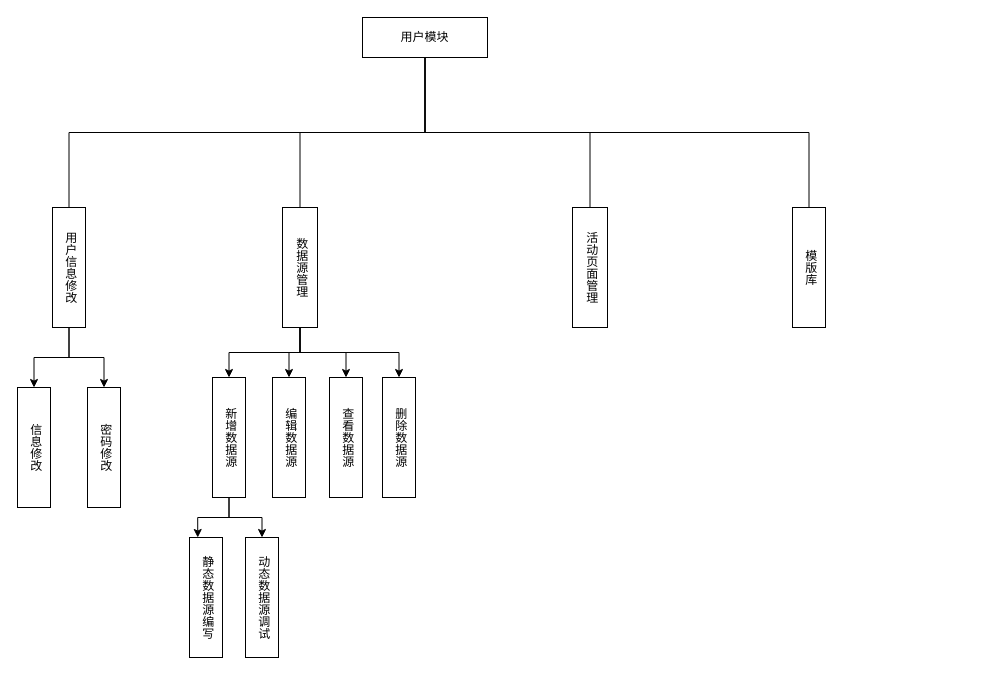
Before: 用户模块结构图.drawio in yuxinyu12345/diagrams, a draw.io diagram. Source tidied: cells renumbered, new cells numbered last; positions are measured from the earlier drawing's top-left corner, leaving out a move shared by most shapes. Both pictures are drawn from the tidied source at 100%, with x=0, y=0 at pixel (17, 17).
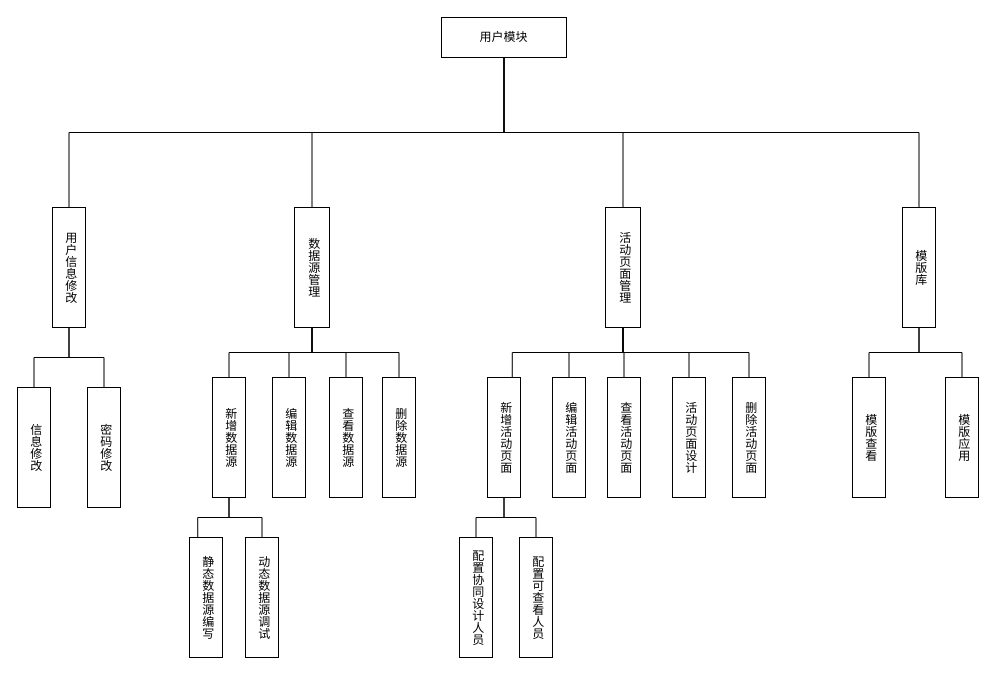
Above is the later version.

Commit message (it also covers changes not shown here):
更新用户模块结构图.drawio

Unchanged cells that the change refers to:
```xml
<mxCell id="16" value="用户信息修改" style="rounded=0;whiteSpace=wrap;html=1;verticalAlign=middle;align=center;labelPosition=center;verticalLabelPosition=middle;textDirection=vertical-rl;spacing=0;" parent="1" vertex="1">
  <mxGeometry x="35" y="190" width="33" height="120" as="geometry" />
</mxCell>
<mxCell id="17" value="信息修改" style="rounded=0;whiteSpace=wrap;html=1;verticalAlign=middle;align=center;labelPosition=center;verticalLabelPosition=middle;textDirection=vertical-rl;spacing=0;" parent="1" vertex="1">
  <mxGeometry y="370" width="33" height="120" as="geometry" />
</mxCell>
<mxCell id="18" value="密码修改" style="rounded=0;whiteSpace=wrap;html=1;verticalAlign=middle;align=center;labelPosition=center;verticalLabelPosition=middle;textDirection=vertical-rl;spacing=0;" parent="1" vertex="1">
  <mxGeometry x="70" y="370" width="33" height="120" as="geometry" />
</mxCell>
<mxCell id="21" value="新增数据源" style="rounded=0;whiteSpace=wrap;html=1;verticalAlign=middle;align=center;labelPosition=center;verticalLabelPosition=middle;textDirection=vertical-rl;spacing=0;" parent="1" vertex="1">
  <mxGeometry x="195" y="360" width="33" height="120" as="geometry" />
</mxCell>
<mxCell id="22" value="编辑数据源" style="rounded=0;whiteSpace=wrap;html=1;verticalAlign=middle;align=center;labelPosition=center;verticalLabelPosition=middle;textDirection=vertical-rl;spacing=0;" parent="1" vertex="1">
  <mxGeometry x="255" y="360" width="33" height="120" as="geometry" />
</mxCell>
<mxCell id="23" value="查看数据源" style="rounded=0;whiteSpace=wrap;html=1;verticalAlign=middle;align=center;labelPosition=center;verticalLabelPosition=middle;textDirection=vertical-rl;spacing=0;" parent="1" vertex="1">
  <mxGeometry x="312" y="360" width="33" height="120" as="geometry" />
</mxCell>
<mxCell id="24" value="删除数据源" style="rounded=0;whiteSpace=wrap;html=1;verticalAlign=middle;align=center;labelPosition=center;verticalLabelPosition=middle;textDirection=vertical-rl;spacing=0;" parent="1" vertex="1">
  <mxGeometry x="365" y="360" width="33" height="120" as="geometry" />
</mxCell>
<mxCell id="25" value="静态数据源编写" style="rounded=0;whiteSpace=wrap;html=1;verticalAlign=middle;align=center;labelPosition=center;verticalLabelPosition=middle;textDirection=vertical-rl;spacing=0;" parent="1" vertex="1">
  <mxGeometry x="172" y="520" width="33" height="120" as="geometry" />
</mxCell>
<mxCell id="26" value="动态数据源调试" style="rounded=0;whiteSpace=wrap;html=1;verticalAlign=middle;align=center;labelPosition=center;verticalLabelPosition=middle;textDirection=vertical-rl;spacing=0;" parent="1" vertex="1">
  <mxGeometry x="228" y="520" width="33" height="120" as="geometry" />
</mxCell>
```

What changed in the source:
```diff
@@
     <mxCell id="6" value="用户模块" style="rounded=0;whiteSpace=wrap;html=1;" parent="1" vertex="1">
-      <mxGeometry x="345" width="125" height="40" as="geometry" />
+      <mxGeometry x="424" width="125" height="40" as="geometry" />
     </mxCell>
-    <mxCell id="7" style="edgeStyle=orthogonalEdgeStyle;rounded=0;jettySize=auto;html=1;exitX=0.5;exitY=1;exitDx=0;exitDy=0;entryX=0.5;entryY=0;entryDx=0;entryDy=0;" parent="1" edge="1" source="11" target="21">
+    <mxCell id="7" style="edgeStyle=orthogonalEdgeStyle;rounded=0;jettySize=auto;html=1;exitX=0.5;exitY=1;exitDx=0;exitDy=0;entryX=0.5;entryY=0;entryDx=0;entryDy=0;endArrow=none;endFill=0;" parent="1" edge="1" source="11" target="21">
       <mxGeometry relative="1" as="geometry" />
     </mxCell>
-    <mxCell id="8" style="edgeStyle=orthogonalEdgeStyle;rounded=0;jettySize=auto;html=1;exitX=0.5;exitY=1;exitDx=0;exitDy=0;entryX=0.5;entryY=0;entryDx=0;entryDy=0;" parent="1" edge="1" source="11" target="22">
+    <mxCell id="8" style="edgeStyle=orthogonalEdgeStyle;rounded=0;jettySize=auto;html=1;exitX=0.5;exitY=1;exitDx=0;exitDy=0;entryX=0.5;entryY=0;entryDx=0;entryDy=0;endArrow=none;endFill=0;" parent="1" edge="1" source="11" target="22">
       <mxGeometry relative="1" as="geometry" />
     </mxCell>
-    <mxCell id="9" style="edgeStyle=orthogonalEdgeStyle;rounded=0;jettySize=auto;html=1;exitX=0.5;exitY=1;exitDx=0;exitDy=0;entryX=0.5;entryY=0;entryDx=0;entryDy=0;" parent="1" edge="1" source="11" target="23">
-      <mxGeometry relative="1" as="geometry" />
+    <mxCell id="9" style="edgeStyle=orthogonalEdgeStyle;rounded=0;jettySize=auto;html=1;exitX=0.5;exitY=1;exitDx=0;exitDy=0;entryX=0.5;entryY=0;entryDx=0;entryDy=0;endArrow=none;endFill=0;" parent="1" edge="1" source="11" target="23">
+      <mxGeometry relative="1" as="geometry">
+        <Array as="points">
+          <mxPoint x="295" y="335" />
+          <mxPoint x="329" y="335" />
+        </Array>
+      </mxGeometry>
     </mxCell>
-    <mxCell id="10" style="edgeStyle=orthogonalEdgeStyle;rounded=0;jettySize=auto;html=1;exitX=0.5;exitY=1;exitDx=0;exitDy=0;entryX=0.5;entryY=0;entryDx=0;entryDy=0;" parent="1" edge="1" source="11" target="24">
+    <mxCell id="10" style="edgeStyle=orthogonalEdgeStyle;rounded=0;jettySize=auto;html=1;exitX=0.5;exitY=1;exitDx=0;exitDy=0;entryX=0.5;entryY=0;entryDx=0;entryDy=0;endArrow=none;endFill=0;" parent="1" edge="1" source="11" target="24">
       <mxGeometry relative="1" as="geometry" />
     </mxCell>
     <mxCell id="11" value="数据源管理" style="rounded=0;whiteSpace=wrap;html=1;verticalAlign=middle;align=center;labelPosition=center;verticalLabelPosition=middle;textDirection=vertical-rl;" parent="1" vertex="1">
-      <mxGeometry x="265" y="190" width="35" height="120" as="geometry" />
+      <mxGeometry x="277" y="190" width="35" height="120" as="geometry" />
     </mxCell>
+    <mxCell id="27" style="edgeStyle=orthogonalEdgeStyle;rounded=0;jettySize=auto;html=1;exitX=0.5;exitY=1;exitDx=0;exitDy=0;entryX=0.75;entryY=0;entryDx=0;entryDy=0;endArrow=none;endFill=0;" parent="1" edge="1" source="12" target="36">
+      <mxGeometry relative="1" as="geometry" />
+    </mxCell>
+    <mxCell id="28" style="edgeStyle=orthogonalEdgeStyle;rounded=0;jettySize=auto;html=1;exitX=0.5;exitY=1;exitDx=0;exitDy=0;entryX=0.5;entryY=0;entryDx=0;entryDy=0;endArrow=none;endFill=0;" parent="1" edge="1" source="12" target="37">
+      <mxGeometry relative="1" as="geometry" />
+    </mxCell>
+    <mxCell id="29" style="edgeStyle=orthogonalEdgeStyle;rounded=0;jettySize=auto;html=1;exitX=0.5;exitY=1;exitDx=0;exitDy=0;entryX=0.5;entryY=0;entryDx=0;entryDy=0;endArrow=none;endFill=0;" parent="1" edge="1" source="12" target="38">
+      <mxGeometry relative="1" as="geometry" />
+    </mxCell>
+    <mxCell id="30" style="edgeStyle=orthogonalEdgeStyle;rounded=0;jettySize=auto;html=1;exitX=0.5;exitY=1;exitDx=0;exitDy=0;entryX=0.5;entryY=0;entryDx=0;entryDy=0;endArrow=none;endFill=0;" parent="1" edge="1" source="12" target="39">
+      <mxGeometry relative="1" as="geometry" />
+    </mxCell>
+    <mxCell id="31" style="edgeStyle=orthogonalEdgeStyle;rounded=0;jettySize=auto;html=1;exitX=0.5;exitY=1;exitDx=0;exitDy=0;entryX=0.5;entryY=0;entryDx=0;entryDy=0;endArrow=none;endFill=0;" parent="1" edge="1" source="12" target="40">
+      <mxGeometry relative="1" as="geometry" />
+    </mxCell>
     <mxCell id="12" value="活动页面管理" style="rounded=0;whiteSpace=wrap;html=1;verticalAlign=middle;align=center;labelPosition=center;verticalLabelPosition=middle;textDirection=vertical-rl;strokeWidth=1;" parent="1" vertex="1">
-      <mxGeometry x="555" y="190" width="35" height="120" as="geometry" />
+      <mxGeometry x="588" y="190" width="35" height="120" as="geometry" />
     </mxCell>
+    <mxCell id="32" style="edgeStyle=orthogonalEdgeStyle;rounded=0;jettySize=auto;html=1;exitX=0.5;exitY=1;exitDx=0;exitDy=0;endArrow=none;endFill=0;" parent="1" edge="1" source="13" target="43">
+      <mxGeometry relative="1" as="geometry" />
+    </mxCell>
+    <mxCell id="33" style="edgeStyle=orthogonalEdgeStyle;rounded=0;jettySize=auto;html=1;exitX=0.5;exitY=1;exitDx=0;exitDy=0;entryX=0.5;entryY=0;entryDx=0;entryDy=0;endArrow=none;endFill=0;" parent="1" edge="1" source="13" target="44">
+      <mxGeometry relative="1" as="geometry" />
+    </mxCell>
     <mxCell id="13" value="模版库" style="rounded=0;whiteSpace=wrap;html=1;verticalAlign=middle;align=center;labelPosition=center;verticalLabelPosition=middle;textDirection=vertical-rl;spacing=0;" parent="1" vertex="1">
-      <mxGeometry x="775" y="190" width="33" height="120" as="geometry" />
+      <mxGeometry x="885" y="190" width="33" height="120" as="geometry" />
     </mxCell>
-    <mxCell id="14" style="edgeStyle=orthogonalEdgeStyle;rounded=0;jettySize=auto;html=1;exitX=0.5;exitY=1;exitDx=0;exitDy=0;entryX=0.5;entryY=0;entryDx=0;entryDy=0;" parent="1" edge="1" source="16" target="17">
+    <mxCell id="14" style="edgeStyle=orthogonalEdgeStyle;rounded=0;jettySize=auto;html=1;exitX=0.5;exitY=1;exitDx=0;exitDy=0;entryX=0.5;entryY=0;entryDx=0;entryDy=0;endArrow=none;endFill=0;" parent="1" edge="1" source="16" target="17">
       <mxGeometry relative="1" as="geometry" />
     </mxCell>
-    <mxCell id="15" style="edgeStyle=orthogonalEdgeStyle;rounded=0;jettySize=auto;html=1;exitX=0.5;exitY=1;exitDx=0;exitDy=0;entryX=0.5;entryY=0;entryDx=0;entryDy=0;" parent="1" edge="1" source="16" target="18">
+    <mxCell id="15" style="edgeStyle=orthogonalEdgeStyle;rounded=0;jettySize=auto;html=1;exitX=0.5;exitY=1;exitDx=0;exitDy=0;entryX=0.5;entryY=0;entryDx=0;entryDy=0;endArrow=none;endFill=0;" parent="1" edge="1" source="16" target="18">
       <mxGeometry relative="1" as="geometry" />
     </mxCell>
@@
-    <mxCell id="19" style="edgeStyle=orthogonalEdgeStyle;rounded=0;jettySize=auto;html=1;exitX=0.5;exitY=1;exitDx=0;exitDy=0;entryX=0.25;entryY=0;entryDx=0;entryDy=0;" parent="1" edge="1" source="21" target="25">
-      <mxGeometry relative="1" as="geometry" />
+    <mxCell id="19" style="edgeStyle=orthogonalEdgeStyle;rounded=0;jettySize=auto;html=1;exitX=0.5;exitY=1;exitDx=0;exitDy=0;entryX=0.25;entryY=0;entryDx=0;entryDy=0;endArrow=none;endFill=0;" parent="1" edge="1" source="21" target="25">
+      <mxGeometry relative="1" as="geometry">
+        <Array as="points">
+          <mxPoint x="212" y="500" />
+          <mxPoint x="180" y="500" />
+        </Array>
+      </mxGeometry>
     </mxCell>
-    <mxCell id="20" style="edgeStyle=orthogonalEdgeStyle;rounded=0;jettySize=auto;html=1;exitX=0.5;exitY=1;exitDx=0;exitDy=0;" parent="1" edge="1" source="21" target="26">
+    <mxCell id="20" style="edgeStyle=orthogonalEdgeStyle;rounded=0;jettySize=auto;html=1;exitX=0.5;exitY=1;exitDx=0;exitDy=0;endArrow=none;endFill=0;" parent="1" edge="1" source="21" target="26">
       <mxGeometry relative="1" as="geometry" />
     </mxCell>
@@
+    <mxCell id="34" style="edgeStyle=orthogonalEdgeStyle;rounded=0;jettySize=auto;html=1;exitX=0.5;exitY=1;exitDx=0;exitDy=0;entryX=0.5;entryY=0;entryDx=0;entryDy=0;endArrow=none;endFill=0;" parent="1" edge="1" source="36" target="41">
+      <mxGeometry relative="1" as="geometry" />
+    </mxCell>
+    <mxCell id="35" style="edgeStyle=orthogonalEdgeStyle;rounded=0;jettySize=auto;html=1;exitX=0.5;exitY=1;exitDx=0;exitDy=0;entryX=0.5;entryY=0;entryDx=0;entryDy=0;endArrow=none;endFill=0;" parent="1" edge="1" source="36" target="42">
+      <mxGeometry relative="1" as="geometry" />
+    </mxCell>
+    <mxCell id="36" value="新增活动页面" style="rounded=0;whiteSpace=wrap;html=1;verticalAlign=middle;align=center;labelPosition=center;verticalLabelPosition=middle;textDirection=vertical-rl;spacing=0;" parent="1" vertex="1">
+      <mxGeometry x="470" y="360" width="33" height="120" as="geometry" />
+    </mxCell>
+    <mxCell id="37" value="编辑活动页面" style="rounded=0;whiteSpace=wrap;html=1;verticalAlign=middle;align=center;labelPosition=center;verticalLabelPosition=middle;textDirection=vertical-rl;spacing=0;" parent="1" vertex="1">
+      <mxGeometry x="535" y="360" width="33" height="120" as="geometry" />
+    </mxCell>
+    <mxCell id="38" value="查看活动页面" style="rounded=0;whiteSpace=wrap;html=1;verticalAlign=middle;align=center;labelPosition=center;verticalLabelPosition=middle;textDirection=vertical-rl;spacing=0;" parent="1" vertex="1">
+      <mxGeometry x="590" y="360" width="33" height="120" as="geometry" />
+    </mxCell>
+    <mxCell id="39" value="活动页面设计" style="rounded=0;whiteSpace=wrap;html=1;verticalAlign=middle;align=center;labelPosition=center;verticalLabelPosition=middle;textDirection=vertical-rl;spacing=0;" parent="1" vertex="1">
+      <mxGeometry x="655" y="360" width="33" height="120" as="geometry" />
+    </mxCell>
+    <mxCell id="40" value="删除活动页面" style="rounded=0;whiteSpace=wrap;html=1;verticalAlign=middle;align=center;labelPosition=center;verticalLabelPosition=middle;textDirection=vertical-rl;spacing=0;" parent="1" vertex="1">
+      <mxGeometry x="715" y="360" width="33" height="120" as="geometry" />
+    </mxCell>
+    <mxCell id="41" value="配置协同设计人员" style="rounded=0;whiteSpace=wrap;html=1;verticalAlign=middle;align=center;labelPosition=center;verticalLabelPosition=middle;textDirection=vertical-rl;spacing=0;" parent="1" vertex="1">
+      <mxGeometry x="442" y="520" width="33" height="120" as="geometry" />
+    </mxCell>
+    <mxCell id="42" value="配置可查看人员" style="rounded=0;whiteSpace=wrap;html=1;verticalAlign=middle;align=center;labelPosition=center;verticalLabelPosition=middle;textDirection=vertical-rl;spacing=0;" parent="1" vertex="1">
+      <mxGeometry x="502" y="520" width="33" height="120" as="geometry" />
+    </mxCell>
+    <mxCell id="43" value="模版查看" style="rounded=0;whiteSpace=wrap;html=1;verticalAlign=middle;align=center;labelPosition=center;verticalLabelPosition=middle;textDirection=vertical-rl;spacing=0;" parent="1" vertex="1">
+      <mxGeometry x="835" y="360" width="33" height="120" as="geometry" />
+    </mxCell>
+    <mxCell id="44" value="模版应用" style="rounded=0;whiteSpace=wrap;html=1;verticalAlign=middle;align=center;labelPosition=center;verticalLabelPosition=middle;textDirection=vertical-rl;spacing=0;" parent="1" vertex="1">
+      <mxGeometry x="928" y="360" width="33" height="120" as="geometry" />
+    </mxCell>
```
